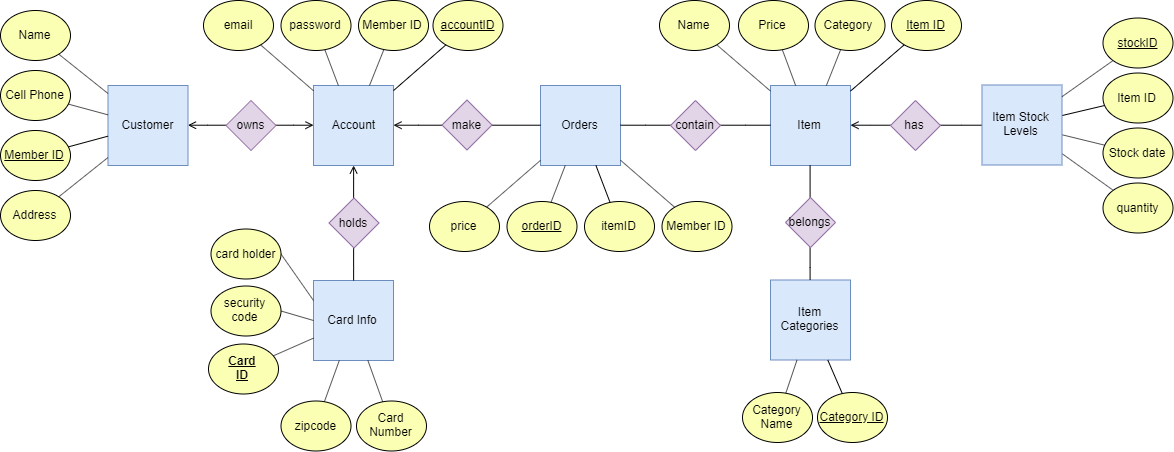
Earlier version of the draw.io export project_diagram_Version2/ERD Proposal Diagram V2.png (phu-n-tran/StoreFront_Team30). Source tidied: cells renumbered, new cells last; positions are measured from the earlier drawing's top-left corner, leaving out a move shared by most shapes.
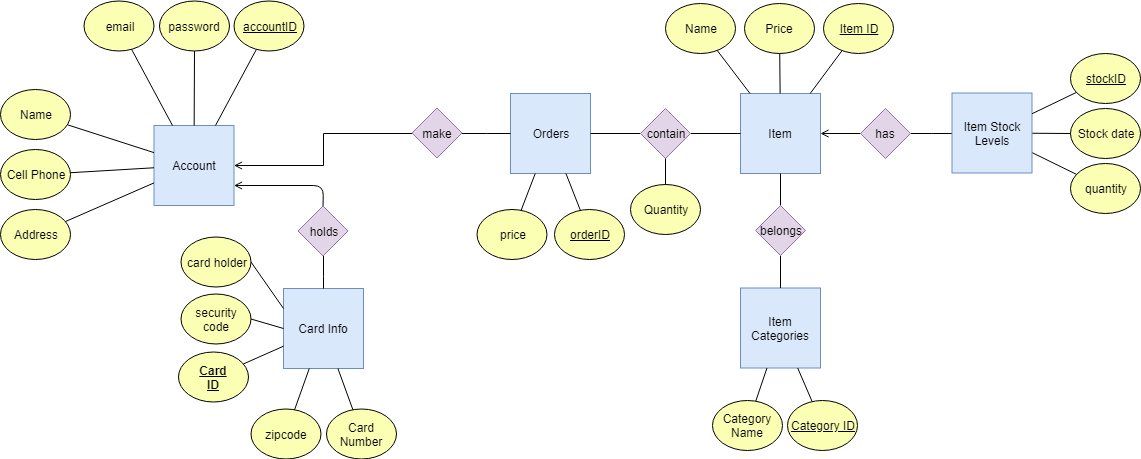
The same file after the commit.

Commit message:
Fixed Pdf, Added new diagram (#38)

The edit, as a diff of the source:
```diff
@@ -2,12 +2,6 @@
   <root>
     <mxCell id="0" />
     <mxCell id="1" parent="0" />
-    <mxCell id="2" style="edgeStyle=orthogonalEdgeStyle;rounded=0;jettySize=auto;html=1;endArrow=none;endFill=0;startArrow=open;startFill=0;" parent="1" edge="1" source="3" target="37">
-      <mxGeometry relative="1" as="geometry" />
-    </mxCell>
-    <mxCell id="3" value="Customer" style="whiteSpace=wrap;html=1;fillColor=#dae8fc;strokeColor=#6c8ebf;" parent="1" vertex="1">
-      <mxGeometry x="107.5" y="85" width="80" height="80" as="geometry" />
-    </mxCell>
     <mxCell id="4" value="Item" style="whiteSpace=wrap;html=1;fillColor=#dae8fc;strokeColor=#6c8ebf;" parent="1" vertex="1">
       <mxGeometry x="770" y="85" width="80" height="80" as="geometry" />
     </mxCell>
@@ -17,56 +11,44 @@
     <mxCell id="6" value="Orders" style="whiteSpace=wrap;html=1;fillColor=#dae8fc;strokeColor=#6c8ebf;" parent="1" vertex="1">
       <mxGeometry x="540" y="85" width="80" height="80" as="geometry" />
     </mxCell>
-    <mxCell id="7" style="edgeStyle=orthogonalEdgeStyle;rounded=0;jettySize=auto;html=1;endArrow=none;endFill=0;startArrow=open;startFill=0;" parent="1" edge="1" source="8" target="37">
-      <mxGeometry relative="1" as="geometry" />
-    </mxCell>
     <mxCell id="8" value="Account" style="whiteSpace=wrap;html=1;fillColor=#dae8fc;strokeColor=#6c8ebf;" parent="1" vertex="1">
-      <mxGeometry x="313" y="85" width="80" height="80" as="geometry" />
+      <mxGeometry x="183.5" y="117" width="80" height="80" as="geometry" />
     </mxCell>
     <mxCell id="9" value="Card Info" style="whiteSpace=wrap;html=1;fillColor=#dae8fc;strokeColor=#6c8ebf;" parent="1" vertex="1">
       <mxGeometry x="313" y="280" width="80" height="80" as="geometry" />
     </mxCell>
     <mxCell id="10" value="Name" style="ellipse;whiteSpace=wrap;html=1;fillColor=#FAFFB3;strokeColor=#000000;gradientColor=none;" parent="1" vertex="1">
-      <mxGeometry y="10" width="70" height="50" as="geometry" />
+      <mxGeometry x="30" y="81" width="70" height="50" as="geometry" />
     </mxCell>
     <mxCell id="11" value="Cell Phone" style="ellipse;whiteSpace=wrap;html=1;fillColor=#FAFFB3;strokeColor=#000000;gradientColor=none;" parent="1" vertex="1">
-      <mxGeometry y="70" width="70" height="50" as="geometry" />
+      <mxGeometry x="30" y="141" width="70" height="50" as="geometry" />
     </mxCell>
-    <mxCell id="12" value="&lt;u&gt;Member ID&lt;/u&gt;" style="ellipse;whiteSpace=wrap;html=1;fillColor=#FAFFB3;strokeColor=#000000;gradientColor=none;" parent="1" vertex="1">
-      <mxGeometry y="130" width="70" height="50" as="geometry" />
-    </mxCell>
     <mxCell id="13" value="Address" style="ellipse;whiteSpace=wrap;html=1;fillColor=#FAFFB3;strokeColor=#000000;gradientColor=none;" parent="1" vertex="1">
-      <mxGeometry y="190" width="70" height="50" as="geometry" />
+      <mxGeometry x="30" y="201" width="70" height="50" as="geometry" />
     </mxCell>
     <mxCell id="14" value="email" style="ellipse;whiteSpace=wrap;html=1;fillColor=#FAFFB3;strokeColor=#000000;gradientColor=none;" parent="1" vertex="1">
-      <mxGeometry x="203" width="70" height="50" as="geometry" />
+      <mxGeometry x="113.5" y="-7.5" width="70" height="50" as="geometry" />
     </mxCell>
     <mxCell id="15" value="password" style="ellipse;whiteSpace=wrap;html=1;fillColor=#FAFFB3;strokeColor=#000000;gradientColor=none;" parent="1" vertex="1">
-      <mxGeometry x="280.5" width="70" height="50" as="geometry" />
+      <mxGeometry x="189" y="-7.5" width="70" height="50" as="geometry" />
     </mxCell>
     <mxCell id="16" value="Name" style="ellipse;whiteSpace=wrap;html=1;fillColor=#FAFFB3;strokeColor=#000000;gradientColor=none;" parent="1" vertex="1">
-      <mxGeometry x="659" width="70" height="50" as="geometry" />
+      <mxGeometry x="695" y="-5" width="70" height="50" as="geometry" />
     </mxCell>
-    <mxCell id="17" value="Category&amp;nbsp;" style="ellipse;whiteSpace=wrap;html=1;fillColor=#FAFFB3;strokeColor=#000000;gradientColor=none;" parent="1" vertex="1">
-      <mxGeometry x="814.5" width="70" height="50" as="geometry" />
-    </mxCell>
     <mxCell id="18" value="&lt;u&gt;Item ID&lt;/u&gt;" style="ellipse;whiteSpace=wrap;html=1;fillColor=#FAFFB3;strokeColor=#000000;gradientColor=none;" parent="1" vertex="1">
-      <mxGeometry x="891" width="70" height="50" as="geometry" />
+      <mxGeometry x="853" y="-5" width="70" height="50" as="geometry" />
     </mxCell>
-    <mxCell id="19" value="Member ID" style="ellipse;whiteSpace=wrap;html=1;fillColor=#FAFFB3;strokeColor=#000000;gradientColor=none;" parent="1" vertex="1">
-      <mxGeometry x="358" width="70" height="50" as="geometry" />
-    </mxCell>
     <mxCell id="20" value="&lt;b&gt;&lt;u&gt;Card&lt;br&gt;ID&lt;/u&gt;&lt;/b&gt;" style="ellipse;whiteSpace=wrap;html=1;fillColor=#FAFFB3;strokeColor=#000000;gradientColor=none;" parent="1" vertex="1">
       <mxGeometry x="208" y="343.5" width="70" height="50" as="geometry" />
     </mxCell>
     <mxCell id="21" value="price" style="ellipse;whiteSpace=wrap;html=1;fillColor=#FAFFB3;strokeColor=#000000;gradientColor=none;" parent="1" vertex="1">
-      <mxGeometry x="429" y="201" width="70" height="50" as="geometry" />
+      <mxGeometry x="506.5" y="201" width="70" height="50" as="geometry" />
     </mxCell>
     <mxCell id="22" value="Card Number" style="ellipse;whiteSpace=wrap;html=1;fillColor=#FAFFB3;strokeColor=#000000;gradientColor=none;" parent="1" vertex="1">
       <mxGeometry x="356" y="400.5" width="70" height="50" as="geometry" />
     </mxCell>
     <mxCell id="23" value="&lt;u&gt;orderID&lt;/u&gt;" style="ellipse;whiteSpace=wrap;html=1;fillColor=#FAFFB3;strokeColor=#000000;gradientColor=none;" parent="1" vertex="1">
-      <mxGeometry x="506.5" y="201" width="70" height="50" as="geometry" />
+      <mxGeometry x="584" y="201" width="70" height="50" as="geometry" />
     </mxCell>
     <mxCell id="24" style="edgeStyle=none;rounded=0;jettySize=auto;html=1;exitX=1;exitY=0.5;exitDx=0;exitDy=0;entryX=0;entryY=0.5;entryDx=0;entryDy=0;endArrow=none;endFill=0;" parent="1" edge="1" source="25" target="9">
       <mxGeometry relative="1" as="geometry" />
@@ -74,23 +56,17 @@
     <mxCell id="25" value="security code" style="ellipse;whiteSpace=wrap;html=1;fillColor=#FAFFB3;strokeColor=#000000;gradientColor=none;" parent="1" vertex="1">
       <mxGeometry x="210.5" y="285.5" width="70" height="50" as="geometry" />
     </mxCell>
-    <mxCell id="26" value="itemID" style="ellipse;whiteSpace=wrap;html=1;fillColor=#FAFFB3;strokeColor=#000000;gradientColor=none;" parent="1" vertex="1">
-      <mxGeometry x="584" y="201" width="70" height="50" as="geometry" />
-    </mxCell>
     <mxCell id="27" style="rounded=0;jettySize=auto;html=1;exitX=1;exitY=0.5;exitDx=0;exitDy=0;entryX=0;entryY=0.25;entryDx=0;entryDy=0;endArrow=none;endFill=0;" parent="1" edge="1" source="28" target="9">
       <mxGeometry relative="1" as="geometry" />
     </mxCell>
     <mxCell id="28" value="card holder" style="ellipse;whiteSpace=wrap;html=1;fillColor=#FAFFB3;strokeColor=#000000;gradientColor=none;" parent="1" vertex="1">
       <mxGeometry x="210.5" y="228.5" width="70" height="50" as="geometry" />
     </mxCell>
-    <mxCell id="29" value="Member ID" style="ellipse;whiteSpace=wrap;html=1;fillColor=#FAFFB3;strokeColor=#000000;gradientColor=none;" parent="1" vertex="1">
-      <mxGeometry x="661.5" y="201" width="70" height="50" as="geometry" />
-    </mxCell>
     <mxCell id="30" value="zipcode" style="ellipse;whiteSpace=wrap;html=1;fillColor=#FAFFB3;strokeColor=#000000;gradientColor=none;" parent="1" vertex="1">
       <mxGeometry x="280.5" y="400.5" width="70" height="50" as="geometry" />
     </mxCell>
     <mxCell id="31" value="Price" style="ellipse;whiteSpace=wrap;html=1;fillColor=#FAFFB3;strokeColor=#000000;gradientColor=none;" parent="1" vertex="1">
-      <mxGeometry x="738" width="70" height="50" as="geometry" />
+      <mxGeometry x="774" y="-5" width="70" height="50" as="geometry" />
     </mxCell>
     <mxCell id="32" value="Category Name" style="ellipse;whiteSpace=wrap;html=1;fillColor=#FAFFB3;strokeColor=#000000;gradientColor=none;" parent="1" vertex="1">
       <mxGeometry x="742" y="392" width="70" height="50" as="geometry" />
@@ -98,45 +74,30 @@
     <mxCell id="33" value="&lt;u&gt;Category ID&lt;/u&gt;" style="ellipse;whiteSpace=wrap;html=1;fillColor=#FAFFB3;strokeColor=#000000;gradientColor=none;" parent="1" vertex="1">
       <mxGeometry x="817" y="392" width="70" height="50" as="geometry" />
     </mxCell>
-    <mxCell id="34" value="Item ID" style="ellipse;whiteSpace=wrap;html=1;fillColor=#FAFFB3;strokeColor=#000000;gradientColor=none;" parent="1" vertex="1">
-      <mxGeometry x="1102.5" y="72.5" width="70" height="50" as="geometry" />
-    </mxCell>
     <mxCell id="35" value="quantity" style="ellipse;whiteSpace=wrap;html=1;fillColor=#FAFFB3;strokeColor=#000000;gradientColor=none;" parent="1" vertex="1">
-      <mxGeometry x="1102.5" y="182.5" width="70" height="50" as="geometry" />
+      <mxGeometry x="1100" y="155" width="70" height="50" as="geometry" />
     </mxCell>
     <mxCell id="36" value="Stock date" style="ellipse;whiteSpace=wrap;html=1;fillColor=#FAFFB3;strokeColor=#000000;gradientColor=none;" parent="1" vertex="1">
-      <mxGeometry x="1102.5" y="127.5" width="70" height="50" as="geometry" />
+      <mxGeometry x="1100" y="100" width="70" height="50" as="geometry" />
     </mxCell>
-    <mxCell id="37" value="owns" style="rhombus;whiteSpace=wrap;html=1;strokeColor=#9673a6;fillColor=#e1d5e7;" parent="1" vertex="1">
-      <mxGeometry x="225.5" y="100" width="50" height="50" as="geometry" />
-    </mxCell>
-    <mxCell id="38" style="edgeStyle=orthogonalEdgeStyle;rounded=0;jettySize=auto;html=1;startArrow=none;startFill=0;endArrow=open;endFill=0;" parent="1" edge="1" source="41" target="8">
-      <mxGeometry relative="1" as="geometry" />
-    </mxCell>
-    <mxCell id="39" style="endArrow=none;html=1;" parent="1" edge="1" source="10" target="3">
+    <mxCell id="39" style="endArrow=none;html=1;" parent="1" edge="1" source="10" target="8">
       <mxGeometry relative="1" as="geometry" />
     </mxCell>
     <mxCell id="40" style="edgeStyle=orthogonalEdgeStyle;rounded=0;jettySize=auto;html=1;startArrow=none;startFill=0;endArrow=none;endFill=0;" parent="1" edge="1" source="41" target="9">
       <mxGeometry relative="1" as="geometry" />
     </mxCell>
     <mxCell id="41" value="holds" style="rhombus;whiteSpace=wrap;html=1;strokeColor=#9673a6;fillColor=#e1d5e7;" parent="1" vertex="1">
-      <mxGeometry x="328.5" y="197.5" width="50" height="50" as="geometry" />
+      <mxGeometry x="327.5" y="197.5" width="50" height="50" as="geometry" />
     </mxCell>
-    <mxCell id="42" style="endArrow=none;html=1;" parent="1" edge="1" source="11" target="3">
+    <mxCell id="42" style="endArrow=none;html=1;" parent="1" edge="1" source="11" target="8">
       <mxGeometry relative="1" as="geometry" />
     </mxCell>
-    <mxCell id="43" style="endArrow=none;html=1;" parent="1" edge="1" source="12" target="3">
-      <mxGeometry relative="1" as="geometry" />
-    </mxCell>
     <mxCell id="44" style="endArrow=none;html=1;" parent="1" edge="1" source="8" target="14">
       <mxGeometry relative="1" as="geometry" />
     </mxCell>
     <mxCell id="45" style="endArrow=none;html=1;" parent="1" edge="1" source="8" target="15">
       <mxGeometry relative="1" as="geometry" />
     </mxCell>
-    <mxCell id="46" style="endArrow=none;html=1;" parent="1" edge="1" source="8" target="19">
-      <mxGeometry relative="1" as="geometry" />
-    </mxCell>
     <mxCell id="47" style="edgeStyle=orthogonalEdgeStyle;rounded=0;jettySize=auto;html=1;startArrow=none;startFill=0;endArrow=none;endFill=0;" parent="1" edge="1" source="49" target="6">
       <mxGeometry relative="1" as="geometry" />
     </mxCell>
@@ -161,12 +122,6 @@
     <mxCell id="54" style="endArrow=none;html=1;" parent="1" edge="1" source="23" target="6">
       <mxGeometry relative="1" as="geometry" />
     </mxCell>
-    <mxCell id="55" style="endArrow=none;html=1;" parent="1" edge="1" source="26" target="6">
-      <mxGeometry relative="1" as="geometry" />
-    </mxCell>
-    <mxCell id="56" style="endArrow=none;html=1;" parent="1" edge="1" source="29" target="6">
-      <mxGeometry relative="1" as="geometry" />
-    </mxCell>
     <mxCell id="57" style="endArrow=none;html=1;" parent="1" edge="1" source="22" target="9">
       <mxGeometry relative="1" as="geometry" />
     </mxCell>
@@ -177,7 +132,7 @@
       <mxGeometry relative="1" as="geometry" />
     </mxCell>
     <mxCell id="60" value="&lt;u&gt;accountID&lt;/u&gt;" style="ellipse;whiteSpace=wrap;html=1;fillColor=#FAFFB3;strokeColor=#000000;gradientColor=none;" parent="1" vertex="1">
-      <mxGeometry x="432.5" width="70" height="50" as="geometry" />
+      <mxGeometry x="263.5" y="-7.5" width="70" height="50" as="geometry" />
     </mxCell>
     <mxCell id="61" style="edgeStyle=orthogonalEdgeStyle;rounded=0;jettySize=auto;html=1;startArrow=none;startFill=0;endArrow=none;endFill=0;" parent="1" edge="1" source="63" target="4">
       <mxGeometry relative="1" as="geometry" />
@@ -200,15 +155,9 @@
     <mxCell id="67" style="endArrow=none;html=1;" parent="1" edge="1" source="4" target="31">
       <mxGeometry relative="1" as="geometry" />
     </mxCell>
-    <mxCell id="68" style="endArrow=none;html=1;" parent="1" edge="1" source="4" target="17">
-      <mxGeometry relative="1" as="geometry" />
-    </mxCell>
     <mxCell id="69" style="endArrow=none;html=1;" parent="1" edge="1" source="4" target="18">
       <mxGeometry relative="1" as="geometry" />
     </mxCell>
-    <mxCell id="70" style="endArrow=none;html=1;" parent="1" edge="1" source="77" target="34">
-      <mxGeometry relative="1" as="geometry" />
-    </mxCell>
     <mxCell id="71" style="endArrow=none;html=1;" parent="1" edge="1" source="77" target="36">
       <mxGeometry relative="1" as="geometry" />
     </mxCell>
@@ -231,13 +180,26 @@
       <mxGeometry x="981.5" y="84.5" width="80" height="80" as="geometry" />
     </mxCell>
     <mxCell id="78" value="&lt;u&gt;stockID&lt;/u&gt;" style="ellipse;whiteSpace=wrap;html=1;fillColor=#FAFFB3;strokeColor=#000000;gradientColor=none;" parent="1" vertex="1">
-      <mxGeometry x="1102.5" y="17.5" width="70" height="50" as="geometry" />
+      <mxGeometry x="1100" y="45" width="70" height="50" as="geometry" />
     </mxCell>
     <mxCell id="79" style="endArrow=none;html=1;" parent="1" edge="1" source="77" target="78">
       <mxGeometry relative="1" as="geometry" />
     </mxCell>
-    <mxCell id="80" style="endArrow=none;html=1;" parent="1" edge="1" source="13" target="3">
+    <mxCell id="80" style="endArrow=none;html=1;" parent="1" edge="1" source="13" target="8">
       <mxGeometry relative="1" as="geometry" />
     </mxCell>
+    <mxCell id="81" value="Quantity" style="ellipse;whiteSpace=wrap;html=1;fillColor=#FAFFB3;strokeColor=#000000;gradientColor=none;" parent="1" vertex="1">
+      <mxGeometry x="660" y="176" width="70" height="50" as="geometry" />
+    </mxCell>
+    <mxCell id="82" style="endArrow=none;html=1;" parent="1" edge="1" source="81" target="53">
+      <mxGeometry relative="1" as="geometry" />
+    </mxCell>
+    <mxCell id="38" style="endArrow=open;html=1;exitX=0.5;exitY=0;exitDx=0;exitDy=0;entryX=1;entryY=0.75;entryDx=0;entryDy=0;endFill=0;" parent="1" edge="1" source="41" target="8">
+      <mxGeometry relative="1" as="geometry">
+        <Array as="points">
+          <mxPoint x="353" y="177" />
+        </Array>
+      </mxGeometry>
+    </mxCell>
   </root>
 </mxGraphModel>
```
